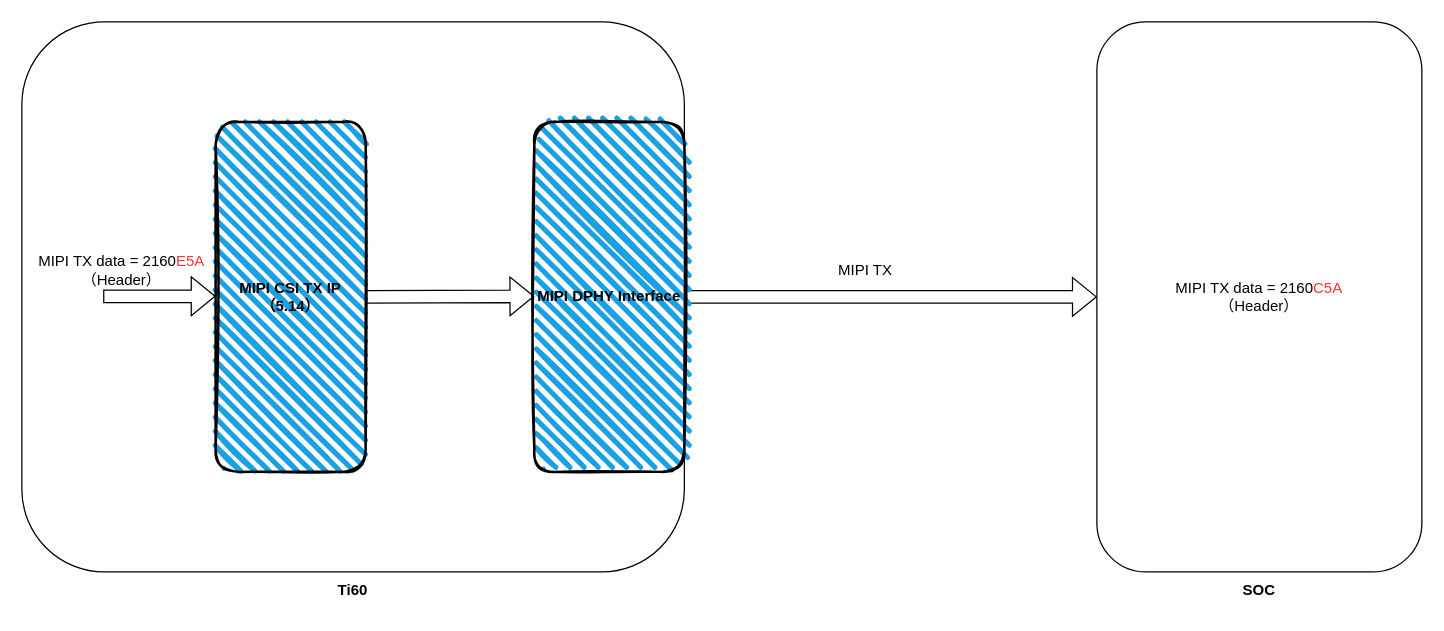
This is A13-LD_Back.drawio from shenwangchong/learngit, a draw.io file, before an edit. Source tidied: cells renumbered, new cells numbered last; positions are measured from the earlier drawing's top-left corner, leaving out a move shared by most shapes. Both pictures are drawn from the tidied source at 125%, with x=0, y=0 at pixel (21, 21).
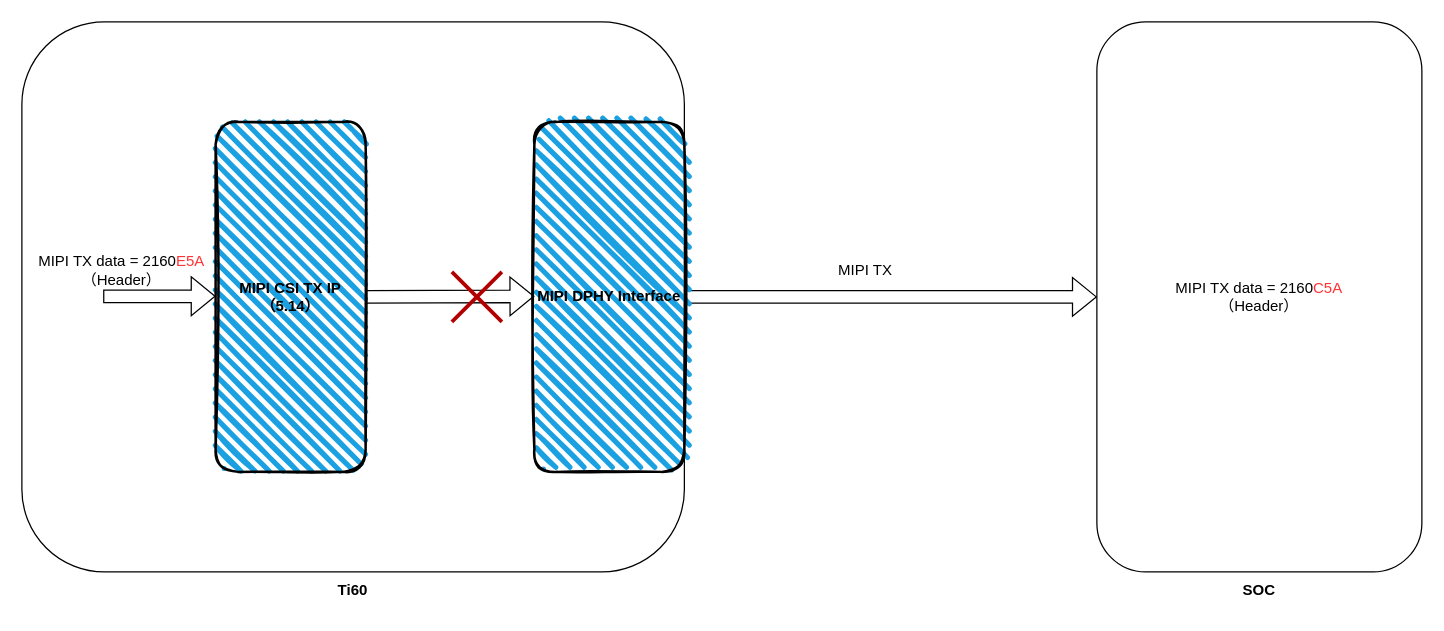
The same page after the edit.

The edit, as a diff of the source:
```diff
@@
+    <mxCell id="14" style="group;" parent="1" vertex="1">
+      <mxGeometry x="344" y="200" width="40" height="40" as="geometry" />
+    </mxCell>
+    <mxCell id="15" style="endArrow=none;html=1;rounded=0;strokeWidth=3;fillColor=#e51400;strokeColor=#B20000;" parent="14" edge="1">
+      <mxGeometry relative="1" as="geometry">
+        <mxPoint y="40" as="sourcePoint" />
+        <mxPoint x="40" as="targetPoint" />
+      </mxGeometry>
+    </mxCell>
+    <mxCell id="16" style="endArrow=none;html=1;rounded=0;strokeWidth=3;fillColor=#e51400;strokeColor=#B20000;" parent="14" edge="1">
+      <mxGeometry relative="1" as="geometry">
+        <mxPoint x="40" y="40" as="sourcePoint" />
+        <mxPoint as="targetPoint" />
+      </mxGeometry>
+    </mxCell>
```
